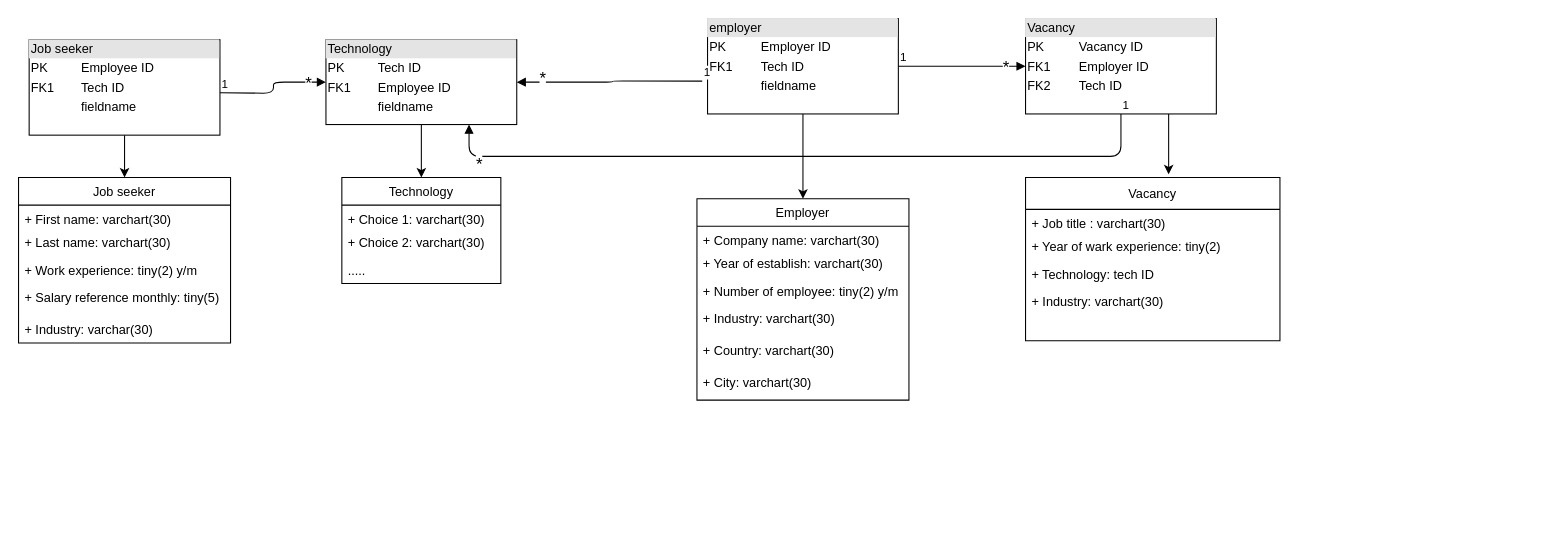
Before: Data structure.drawio in rxnniiee/devMatch-server, a draw.io diagram. Source tidied: cells renumbered, new cells numbered last; positions are measured from the earlier drawing's top-left corner, leaving out a move shared by most shapes. Both pictures are drawn from the tidied source at 106%, with x=0, y=0 at pixel (18, 18).
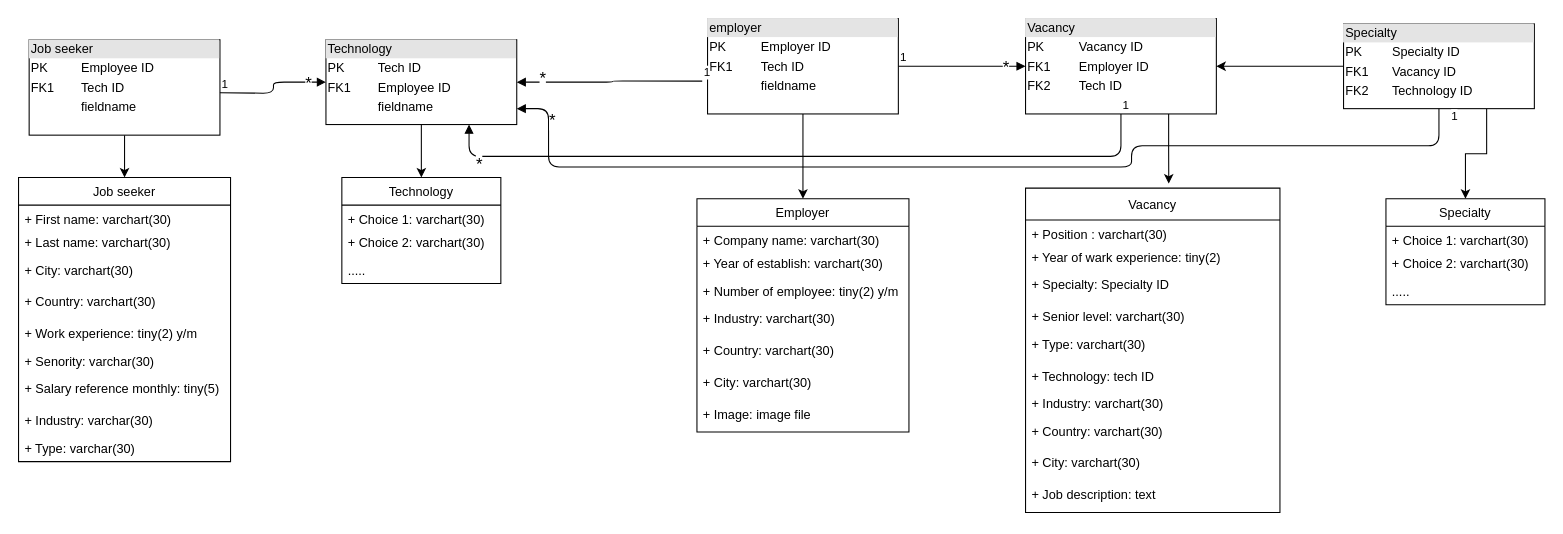
After the change.

The change refers to these unchanged cells:
```xml
<mxCell id="30" value="&lt;div style=&quot;box-sizing: border-box ; width: 100% ; background: #e4e4e4 ; padding: 2px&quot;&gt;Vacancy&amp;nbsp;&lt;/div&gt;&lt;table style=&quot;width: 100% ; font-size: 1em&quot; cellpadding=&quot;2&quot; cellspacing=&quot;0&quot;&gt;&lt;tbody&gt;&lt;tr&gt;&lt;td&gt;PK&lt;/td&gt;&lt;td&gt;Vacancy ID&lt;/td&gt;&lt;/tr&gt;&lt;tr&gt;&lt;td&gt;FK1&lt;/td&gt;&lt;td&gt;Employer ID&lt;/td&gt;&lt;/tr&gt;&lt;tr&gt;&lt;td&gt;FK2&lt;/td&gt;&lt;td&gt;Tech ID&lt;/td&gt;&lt;/tr&gt;&lt;/tbody&gt;&lt;/table&gt;" style="verticalAlign=top;align=left;overflow=fill;html=1;" parent="1" vertex="1">
  <mxGeometry x="950" width="180" height="90" as="geometry" />
</mxCell>
```

What changed in the source:
```diff
@@
     <mxCell id="4" value="Job seeker" style="swimlane;fontStyle=0;horizontal=1;startSize=26;fillColor=none;" parent="1" vertex="1">
-      <mxGeometry y="150" width="200" height="156" as="geometry" />
+      <mxGeometry y="150" width="200" height="268" as="geometry" />
     </mxCell>
@@
+    <mxCell id="40" value="+ City: varchart(30)" style="text;strokeColor=none;fillColor=none;align=left;verticalAlign=top;spacingLeft=4;spacingRight=4;overflow=hidden;" parent="4" vertex="1">
+      <mxGeometry y="74" width="200" height="30" as="geometry" />
+    </mxCell>
+    <mxCell id="41" value="+ Country: varchart(30)" style="text;strokeColor=none;fillColor=none;align=left;verticalAlign=top;spacingLeft=4;spacingRight=4;overflow=hidden;" parent="4" vertex="1">
+      <mxGeometry y="104" width="200" height="30" as="geometry" />
+    </mxCell>
     <mxCell id="7" value="+ Work experience: tiny(2) y/m " style="text;strokeColor=none;fillColor=none;align=left;verticalAlign=top;spacingLeft=4;spacingRight=4;overflow=hidden;" parent="4" vertex="1">
-      <mxGeometry y="74" width="200" height="26" as="geometry" />
+      <mxGeometry y="134" width="200" height="26" as="geometry" />
     </mxCell>
+    <mxCell id="42" value="+ Senority: varchar(30)" style="text;strokeColor=none;fillColor=none;align=left;verticalAlign=top;spacingLeft=4;spacingRight=4;overflow=hidden;" parent="4" vertex="1">
+      <mxGeometry y="160" width="200" height="26" as="geometry" />
+    </mxCell>
     <mxCell id="8" value="+ Salary reference monthly: tiny(5)  " style="text;strokeColor=none;fillColor=none;align=left;verticalAlign=top;spacingLeft=4;spacingRight=4;overflow=hidden;" parent="4" vertex="1">
-      <mxGeometry y="100" width="200" height="30" as="geometry" />
+      <mxGeometry y="186" width="200" height="30" as="geometry" />
     </mxCell>
     <mxCell id="9" value="+ Industry: varchar(30)" style="text;strokeColor=none;fillColor=none;align=left;verticalAlign=top;spacingLeft=4;spacingRight=4;overflow=hidden;" parent="4" vertex="1">
-      <mxGeometry y="130" width="200" height="26" as="geometry" />
+      <mxGeometry y="216" width="200" height="26" as="geometry" />
     </mxCell>
+    <mxCell id="43" value="+ Type: varchar(30)" style="text;strokeColor=none;fillColor=none;align=left;verticalAlign=top;spacingLeft=4;spacingRight=4;overflow=hidden;" parent="4" vertex="1">
+      <mxGeometry y="242" width="200" height="26" as="geometry" />
+    </mxCell>
@@
     <mxCell id="20" value="Employer" style="swimlane;fontStyle=0;horizontal=1;startSize=26;fillColor=none;" parent="1" vertex="1">
-      <mxGeometry x="640" y="170" width="200" height="190" as="geometry" />
+      <mxGeometry x="640" y="170" width="200" height="220" as="geometry" />
     </mxCell>
@@
+    <mxCell id="44" value="+ Image: image file" style="text;strokeColor=none;fillColor=none;align=left;verticalAlign=top;spacingLeft=4;spacingRight=4;overflow=hidden;" parent="20" vertex="1">
+      <mxGeometry y="190" width="200" height="30" as="geometry" />
+    </mxCell>
@@
-    <mxCell id="29" style="edgeStyle=orthogonalEdgeStyle;rounded=0;jettySize=auto;html=1;exitX=0.75;exitY=1;exitDx=0;exitDy=0;" parent="1" edge="1" source="30">
-      <mxGeometry relative="1" as="geometry">
-        <mxPoint x="1085" y="147" as="targetPoint" />
-      </mxGeometry>
+    <mxCell id="29" style="edgeStyle=orthogonalEdgeStyle;rounded=0;jettySize=auto;html=1;exitX=0.75;exitY=1;exitDx=0;exitDy=0;entryX=0.563;entryY=-0.014;entryDx=0;entryDy=0;entryPerimeter=0;" parent="1" edge="1" source="30" target="35">
+      <mxGeometry relative="1" as="geometry" />
     </mxCell>
@@
     <mxCell id="35" value="Vacancy" style="swimlane;fontStyle=0;horizontal=1;startSize=30;fillColor=none;" parent="1" vertex="1">
-      <mxGeometry x="950" y="150" width="240" height="154" as="geometry" />
+      <mxGeometry x="950" y="160" width="240" height="306" as="geometry" />
     </mxCell>
-    <mxCell id="36" value="+ Job title : varchart(30)" style="text;strokeColor=none;fillColor=none;align=left;verticalAlign=top;spacingLeft=4;spacingRight=4;overflow=hidden;" parent="35" vertex="1">
+    <mxCell id="36" value="+ Position : varchart(30)" style="text;strokeColor=none;fillColor=none;align=left;verticalAlign=top;spacingLeft=4;spacingRight=4;overflow=hidden;" parent="35" vertex="1">
       <mxGeometry y="30" width="240" height="22" as="geometry" />
     </mxCell>
@@
+    <mxCell id="45" value="+ Specialty: Specialty ID" style="text;strokeColor=none;fillColor=none;align=left;verticalAlign=top;spacingLeft=4;spacingRight=4;overflow=hidden;" parent="35" vertex="1">
+      <mxGeometry y="78" width="240" height="30" as="geometry" />
+    </mxCell>
+    <mxCell id="46" value="+ Senior level: varchart(30)" style="text;strokeColor=none;fillColor=none;align=left;verticalAlign=top;spacingLeft=4;spacingRight=4;overflow=hidden;" parent="35" vertex="1">
+      <mxGeometry y="108" width="240" height="26" as="geometry" />
+    </mxCell>
+    <mxCell id="47" value="+ Type: varchart(30)" style="text;strokeColor=none;fillColor=none;align=left;verticalAlign=top;spacingLeft=4;spacingRight=4;overflow=hidden;" parent="35" vertex="1">
+      <mxGeometry y="134" width="240" height="30" as="geometry" />
+    </mxCell>
     <mxCell id="38" value="+ Technology: tech ID" style="text;strokeColor=none;fillColor=none;align=left;verticalAlign=top;spacingLeft=4;spacingRight=4;overflow=hidden;" parent="35" vertex="1">
-      <mxGeometry y="78" width="240" height="26" as="geometry" />
+      <mxGeometry y="164" width="240" height="26" as="geometry" />
     </mxCell>
     <mxCell id="39" value="+ Industry: varchart(30)" style="text;strokeColor=none;fillColor=none;align=left;verticalAlign=top;spacingLeft=4;spacingRight=4;overflow=hidden;" parent="35" vertex="1">
-      <mxGeometry y="104" width="240" height="50" as="geometry" />
+      <mxGeometry y="190" width="240" height="26" as="geometry" />
     </mxCell>
+    <mxCell id="48" value="+ Country: varchart(30)" style="text;strokeColor=none;fillColor=none;align=left;verticalAlign=top;spacingLeft=4;spacingRight=4;overflow=hidden;" parent="35" vertex="1">
+      <mxGeometry y="216" width="240" height="30" as="geometry" />
+    </mxCell>
+    <mxCell id="49" value="+ City: varchart(30)" style="text;strokeColor=none;fillColor=none;align=left;verticalAlign=top;spacingLeft=4;spacingRight=4;overflow=hidden;" parent="35" vertex="1">
+      <mxGeometry y="246" width="240" height="30" as="geometry" />
+    </mxCell>
+    <mxCell id="50" value="+ Job description: text" style="text;strokeColor=none;fillColor=none;align=left;verticalAlign=top;spacingLeft=4;spacingRight=4;overflow=hidden;" parent="35" vertex="1">
+      <mxGeometry y="276" width="240" height="30" as="geometry" />
+    </mxCell>
+    <mxCell id="51" style="edgeStyle=orthogonalEdgeStyle;rounded=0;jettySize=auto;html=1;entryX=1;entryY=0.5;entryDx=0;entryDy=0;" parent="1" edge="1" source="53" target="30">
+      <mxGeometry relative="1" as="geometry" />
+    </mxCell>
+    <mxCell id="52" style="edgeStyle=orthogonalEdgeStyle;rounded=0;jettySize=auto;html=1;exitX=0.75;exitY=1;exitDx=0;exitDy=0;entryX=0.5;entryY=0;entryDx=0;entryDy=0;" parent="1" edge="1" source="53" target="56">
+      <mxGeometry relative="1" as="geometry" />
+    </mxCell>
+    <mxCell id="53" value="&lt;div style=&quot;box-sizing: border-box ; width: 100% ; background: #e4e4e4 ; padding: 2px&quot;&gt;Specialty&lt;/div&gt;&lt;table style=&quot;width: 100% ; font-size: 1em&quot; cellpadding=&quot;2&quot; cellspacing=&quot;0&quot;&gt;&lt;tbody&gt;&lt;tr&gt;&lt;td&gt;PK&lt;/td&gt;&lt;td&gt;Specialty ID&lt;/td&gt;&lt;/tr&gt;&lt;tr&gt;&lt;td&gt;FK1&lt;/td&gt;&lt;td&gt;Vacancy ID&lt;/td&gt;&lt;/tr&gt;&lt;tr&gt;&lt;td&gt;FK2&lt;/td&gt;&lt;td&gt;Technology ID&lt;br&gt;&lt;/td&gt;&lt;/tr&gt;&lt;/tbody&gt;&lt;/table&gt;" style="verticalAlign=top;align=left;overflow=fill;html=1;" parent="1" vertex="1">
+      <mxGeometry x="1250" y="5" width="180" height="80" as="geometry" />
+    </mxCell>
+    <mxCell id="54" value="&lt;font style=&quot;font-size: 16px&quot;&gt;*&lt;/font&gt;" style="endArrow=block;endFill=1;html=1;edgeStyle=orthogonalEdgeStyle;align=left;verticalAlign=top;exitX=0.5;exitY=1;exitDx=0;exitDy=0;" parent="1" edge="1" source="53">
+      <mxGeometry x="0.94" y="-5" relative="1" as="geometry">
+        <mxPoint x="470" y="85" as="targetPoint" />
+        <Array as="points">
+          <mxPoint x="1340" y="120" />
+          <mxPoint x="1050" y="120" />
+          <mxPoint x="1050" y="140" />
+          <mxPoint x="500" y="140" />
+          <mxPoint x="500" y="85" />
+          <mxPoint x="470" y="85" />
+        </Array>
+      </mxGeometry>
+    </mxCell>
+    <mxCell id="55" value="1" style="edgeLabel;html=1;align=left;verticalAlign=bottom;" parent="54" vertex="1">
+      <mxGeometry x="-1" relative="1" as="geometry">
+        <mxPoint x="10" y="15" as="offset" />
+      </mxGeometry>
+    </mxCell>
+    <mxCell id="56" value="Specialty" style="swimlane;fontStyle=0;horizontal=1;startSize=26;fillColor=none;" parent="1" vertex="1">
+      <mxGeometry x="1290" y="170" width="150" height="100" as="geometry" />
+    </mxCell>
+    <mxCell id="57" value="+ Choice 1: varchart(30)" style="text;strokeColor=none;fillColor=none;align=left;verticalAlign=top;spacingLeft=4;spacingRight=4;overflow=hidden;" parent="56" vertex="1">
+      <mxGeometry y="26" width="150" height="22" as="geometry" />
+    </mxCell>
+    <mxCell id="58" value="+ Choice 2: varchart(30)" style="text;strokeColor=none;fillColor=none;align=left;verticalAlign=top;spacingLeft=4;spacingRight=4;overflow=hidden;" parent="56" vertex="1">
+      <mxGeometry y="48" width="150" height="26" as="geometry" />
+    </mxCell>
+    <mxCell id="59" value="....." style="text;strokeColor=none;fillColor=none;align=left;verticalAlign=top;spacingLeft=4;spacingRight=4;overflow=hidden;" parent="56" vertex="1">
+      <mxGeometry y="74" width="150" height="26" as="geometry" />
+    </mxCell>
```
